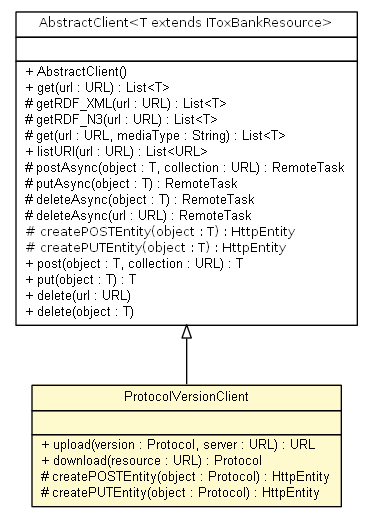
The Graphviz diagram apidocs/net/toxbank/client/resource/ProtocolVersionClient.png in ToxBank/toxbank-api-client, before a commit. Its source is kept beside it as apidocs/net/toxbank/client/resource/ProtocolVersionClient.dot. Source of this version:
```dot

digraph G {
	edge [fontname="arial",fontsize=10,labelfontname="arial",labelfontsize=10];
	node [fontname="arial",fontsize=10,shape=plaintext];
	c180 [label=<<table border="0" cellborder="1" cellspacing="0" cellpadding="2" port="p" bgcolor="lemonChiffon" href="./ProtocolVersionClient.html">
		<tr><td><table border="0" cellspacing="0" cellpadding="1">
			<tr><td> ProtocolVersionClient </td></tr>
		</table></td></tr>
		<tr><td><table border="0" cellspacing="0" cellpadding="1">
			<tr><td align="left">  </td></tr>
		</table></td></tr>
		<tr><td><table border="0" cellspacing="0" cellpadding="1">
			<tr><td align="left"> + upload(version : Protocol, server : URL) : URL </td></tr>
			<tr><td align="left"> + download(resource : URL) : Protocol </td></tr>
			<tr><td align="left"> # createPOSTEntity(object : Protocol) : HttpEntity </td></tr>
			<tr><td align="left"> # createPUTEntity(object : Protocol) : HttpEntity </td></tr>
		</table></td></tr>
		</table>>, fontname="arial", fontcolor="black", fontsize=10.0];
	c191 [label=<<table border="0" cellborder="1" cellspacing="0" cellpadding="2" port="p" href="./AbstractClient.html">
		<tr><td><table border="0" cellspacing="0" cellpadding="1">
			<tr><td><font face="ariali"> AbstractClient&lt;T extends IToxBankResource&gt; </font></td></tr>
		</table></td></tr>
		<tr><td><table border="0" cellspacing="0" cellpadding="1">
			<tr><td align="left">  </td></tr>
		</table></td></tr>
		<tr><td><table border="0" cellspacing="0" cellpadding="1">
			<tr><td align="left"> + AbstractClient() </td></tr>
			<tr><td align="left"> + get(url : URL) : List&lt;T&gt; </td></tr>
			<tr><td align="left"> # getRDF_XML(url : URL) : List&lt;T&gt; </td></tr>
			<tr><td align="left"> # getRDF_N3(url : URL) : List&lt;T&gt; </td></tr>
			<tr><td align="left"> # get(url : URL, mediaType : String) : List&lt;T&gt; </td></tr>
			<tr><td align="left"> + listURI(url : URL) : List&lt;URL&gt; </td></tr>
			<tr><td align="left"> # postAsync(object : T, collection : URL) : RemoteTask </td></tr>
			<tr><td align="left"> # putAsync(object : T) : RemoteTask </td></tr>
			<tr><td align="left"> # deleteAsync(object : T) : RemoteTask </td></tr>
			<tr><td align="left"> # deleteAsync(url : URL) : RemoteTask </td></tr>
			<tr><td align="left"><font face="ariali" point-size="10.0"> # createPOSTEntity(object : T) : HttpEntity </font></td></tr>
			<tr><td align="left"><font face="ariali" point-size="10.0"> # createPUTEntity(object : T) : HttpEntity </font></td></tr>
			<tr><td align="left"> + post(object : T, collection : URL) : T </td></tr>
			<tr><td align="left"> + put(object : T) : T </td></tr>
			<tr><td align="left"> + delete(url : URL) </td></tr>
			<tr><td align="left"> + delete(object : T) </td></tr>
		</table></td></tr>
		</table>>, fontname="arial", fontcolor="black", fontsize=10.0];
	c191:p -> c180:p [dir=back,arrowtail=empty];
}
```
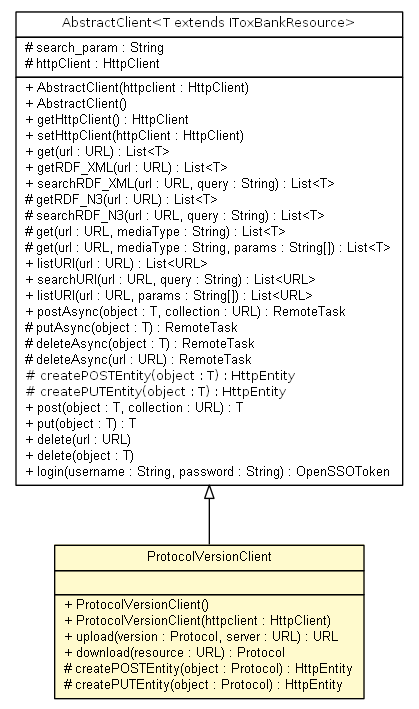
After the change.

Diff of the diagram source:
```diff
@@ -2,7 +2,7 @@
 digraph G {
 	edge [fontname="arial",fontsize=10,labelfontname="arial",labelfontsize=10];
 	node [fontname="arial",fontsize=10,shape=plaintext];
-	c180 [label=<<table border="0" cellborder="1" cellspacing="0" cellpadding="2" port="p" bgcolor="lemonChiffon" href="./ProtocolVersionClient.html">
+	c230 [label=<<table border="0" cellborder="1" cellspacing="0" cellpadding="2" port="p" bgcolor="lemonChiffon" href="./ProtocolVersionClient.html">
 		<tr><td><table border="0" cellspacing="0" cellpadding="1">
 			<tr><td> ProtocolVersionClient </td></tr>
 		</table></td></tr>
@@ -10,27 +10,38 @@
 			<tr><td align="left">  </td></tr>
 		</table></td></tr>
 		<tr><td><table border="0" cellspacing="0" cellpadding="1">
+			<tr><td align="left"> + ProtocolVersionClient() </td></tr>
+			<tr><td align="left"> + ProtocolVersionClient(httpclient : HttpClient) </td></tr>
 			<tr><td align="left"> + upload(version : Protocol, server : URL) : URL </td></tr>
 			<tr><td align="left"> + download(resource : URL) : Protocol </td></tr>
 			<tr><td align="left"> # createPOSTEntity(object : Protocol) : HttpEntity </td></tr>
 			<tr><td align="left"> # createPUTEntity(object : Protocol) : HttpEntity </td></tr>
 		</table></td></tr>
 		</table>>, fontname="arial", fontcolor="black", fontsize=10.0];
-	c191 [label=<<table border="0" cellborder="1" cellspacing="0" cellpadding="2" port="p" href="./AbstractClient.html">
+	c241 [label=<<table border="0" cellborder="1" cellspacing="0" cellpadding="2" port="p" href="./AbstractClient.html">
 		<tr><td><table border="0" cellspacing="0" cellpadding="1">
 			<tr><td><font face="ariali"> AbstractClient&lt;T extends IToxBankResource&gt; </font></td></tr>
 		</table></td></tr>
 		<tr><td><table border="0" cellspacing="0" cellpadding="1">
-			<tr><td align="left">  </td></tr>
+			<tr><td align="left"> # search_param : String </td></tr>
+			<tr><td align="left"> # httpClient : HttpClient </td></tr>
 		</table></td></tr>
 		<tr><td><table border="0" cellspacing="0" cellpadding="1">
+			<tr><td align="left"> + AbstractClient(httpclient : HttpClient) </td></tr>
 			<tr><td align="left"> + AbstractClient() </td></tr>
+			<tr><td align="left"> + getHttpClient() : HttpClient </td></tr>
+			<tr><td align="left"> + setHttpClient(httpClient : HttpClient) </td></tr>
 			<tr><td align="left"> + get(url : URL) : List&lt;T&gt; </td></tr>
-			<tr><td align="left"> # getRDF_XML(url : URL) : List&lt;T&gt; </td></tr>
+			<tr><td align="left"> + getRDF_XML(url : URL) : List&lt;T&gt; </td></tr>
+			<tr><td align="left"> + searchRDF_XML(url : URL, query : String) : List&lt;T&gt; </td></tr>
 			<tr><td align="left"> # getRDF_N3(url : URL) : List&lt;T&gt; </td></tr>
+			<tr><td align="left"> # searchRDF_N3(url : URL, query : String) : List&lt;T&gt; </td></tr>
 			<tr><td align="left"> # get(url : URL, mediaType : String) : List&lt;T&gt; </td></tr>
+			<tr><td align="left"> # get(url : URL, mediaType : String, params : String[]) : List&lt;T&gt; </td></tr>
 			<tr><td align="left"> + listURI(url : URL) : List&lt;URL&gt; </td></tr>
-			<tr><td align="left"> # postAsync(object : T, collection : URL) : RemoteTask </td></tr>
+			<tr><td align="left"> + searchURI(url : URL, query : String) : List&lt;URL&gt; </td></tr>
+			<tr><td align="left"> + listURI(url : URL, params : String[]) : List&lt;URL&gt; </td></tr>
+			<tr><td align="left"> + postAsync(object : T, collection : URL) : RemoteTask </td></tr>
 			<tr><td align="left"> # putAsync(object : T) : RemoteTask </td></tr>
 			<tr><td align="left"> # deleteAsync(object : T) : RemoteTask </td></tr>
 			<tr><td align="left"> # deleteAsync(url : URL) : RemoteTask </td></tr>
@@ -40,7 +51,8 @@
 			<tr><td align="left"> + put(object : T) : T </td></tr>
 			<tr><td align="left"> + delete(url : URL) </td></tr>
 			<tr><td align="left"> + delete(object : T) </td></tr>
+			<tr><td align="left"> + login(username : String, password : String) : OpenSSOToken </td></tr>
 		</table></td></tr>
 		</table>>, fontname="arial", fontcolor="black", fontsize=10.0];
-	c191:p -> c180:p [dir=back,arrowtail=empty];
+	c241:p -> c230:p [dir=back,arrowtail=empty];
 }
```
